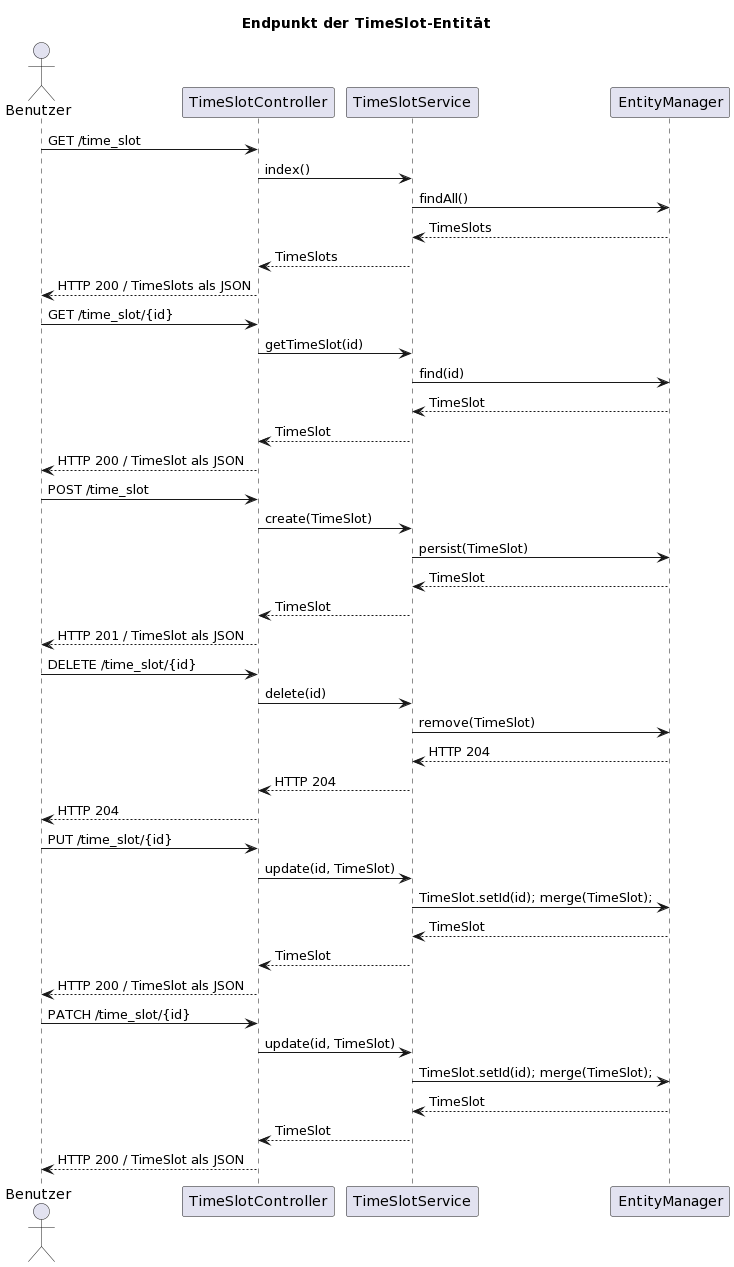
The PlantUML diagram assets/sequenzdiagramm_time_slot.png in carlottostromstedt/m223_projektarbeit, before a commit. Source of this version:
```plantuml
@startuml
title Endpunkt der TimeSlot-Entität

actor Benutzer
participant TimeSlotController
participant TimeSlotService
participant EntityManager

Benutzer -> TimeSlotController: GET /time_slot
TimeSlotController -> TimeSlotService: index()
TimeSlotService -> EntityManager: findAll()
TimeSlotService <-- EntityManager: TimeSlots
TimeSlotController <-- TimeSlotService: TimeSlots
Benutzer <-- TimeSlotController: HTTP 200 / TimeSlots als JSON

Benutzer -> TimeSlotController: GET /time_slot/{id}
TimeSlotController -> TimeSlotService: getTimeSlot(id)
TimeSlotService -> EntityManager: find(id)
TimeSlotService <-- EntityManager: TimeSlot
TimeSlotController <-- TimeSlotService: TimeSlot
Benutzer <-- TimeSlotController: HTTP 200 / TimeSlot als JSON

Benutzer -> TimeSlotController: POST /time_slot
TimeSlotController -> TimeSlotService: create(TimeSlot)
TimeSlotService -> EntityManager: persist(TimeSlot)
TimeSlotService <-- EntityManager: TimeSlot
TimeSlotController <-- TimeSlotService: TimeSlot
Benutzer <-- TimeSlotController: HTTP 201 / TimeSlot als JSON

Benutzer -> TimeSlotController: DELETE /time_slot/{id}
TimeSlotController -> TimeSlotService: delete(id)
TimeSlotService -> EntityManager: remove(TimeSlot)
TimeSlotService <-- EntityManager: HTTP 204
TimeSlotController <-- TimeSlotService: HTTP 204
Benutzer <-- TimeSlotController: HTTP 204

Benutzer -> TimeSlotController: PUT /time_slot/{id}
TimeSlotController -> TimeSlotService: update(id, TimeSlot)
TimeSlotService -> EntityManager: TimeSlot.setId(id); merge(TimeSlot);
TimeSlotService <-- EntityManager: TimeSlot
TimeSlotController <-- TimeSlotService: TimeSlot
Benutzer <-- TimeSlotController: HTTP 200 / TimeSlot als JSON

Benutzer -> TimeSlotController: PATCH /time_slot/{id}
TimeSlotController -> TimeSlotService: update(id, TimeSlot)
TimeSlotService -> EntityManager: TimeSlot.setId(id); merge(TimeSlot);
TimeSlotService <-- EntityManager: TimeSlot
TimeSlotController <-- TimeSlotService: TimeSlot
Benutzer <-- TimeSlotController: HTTP 200 / TimeSlot als JSON
@enduml
```
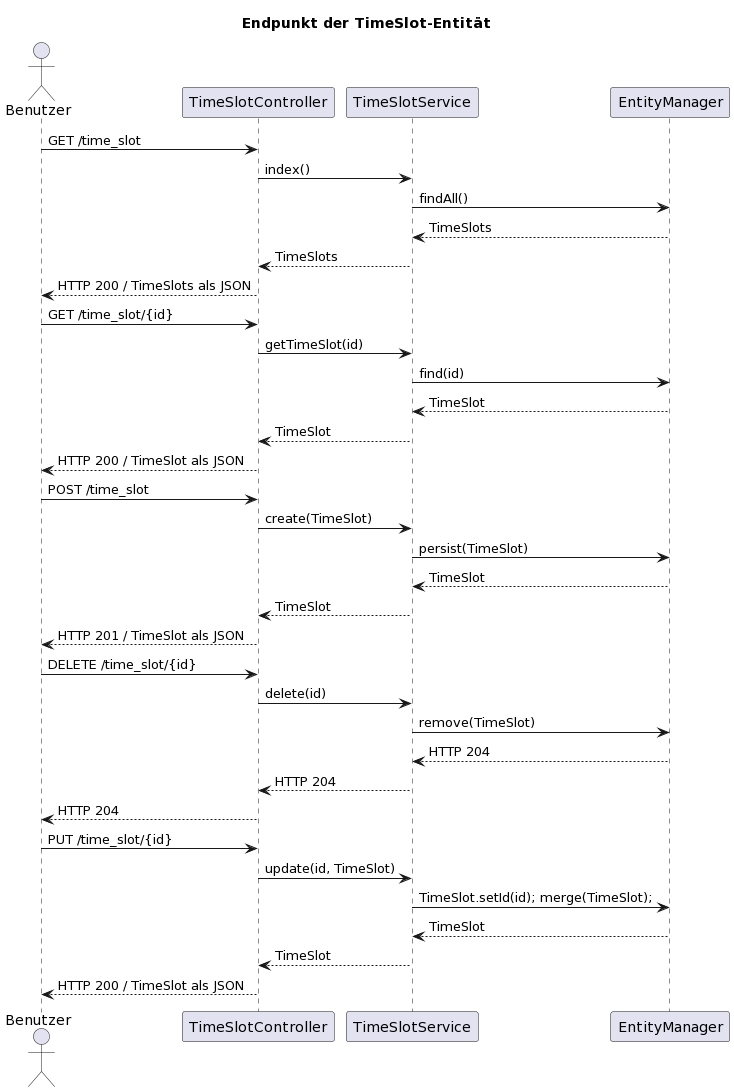
Above is the later version.

The edit, as a diff of the source:
```diff
@@ -40,11 +40,4 @@
 TimeSlotService <-- EntityManager: TimeSlot
 TimeSlotController <-- TimeSlotService: TimeSlot
 Benutzer <-- TimeSlotController: HTTP 200 / TimeSlot als JSON
-
-Benutzer -> TimeSlotController: PATCH /time_slot/{id}
-TimeSlotController -> TimeSlotService: update(id, TimeSlot)
-TimeSlotService -> EntityManager: TimeSlot.setId(id); merge(TimeSlot);
-TimeSlotService <-- EntityManager: TimeSlot
-TimeSlotController <-- TimeSlotService: TimeSlot
-Benutzer <-- TimeSlotController: HTTP 200 / TimeSlot als JSON
 @enduml
```
